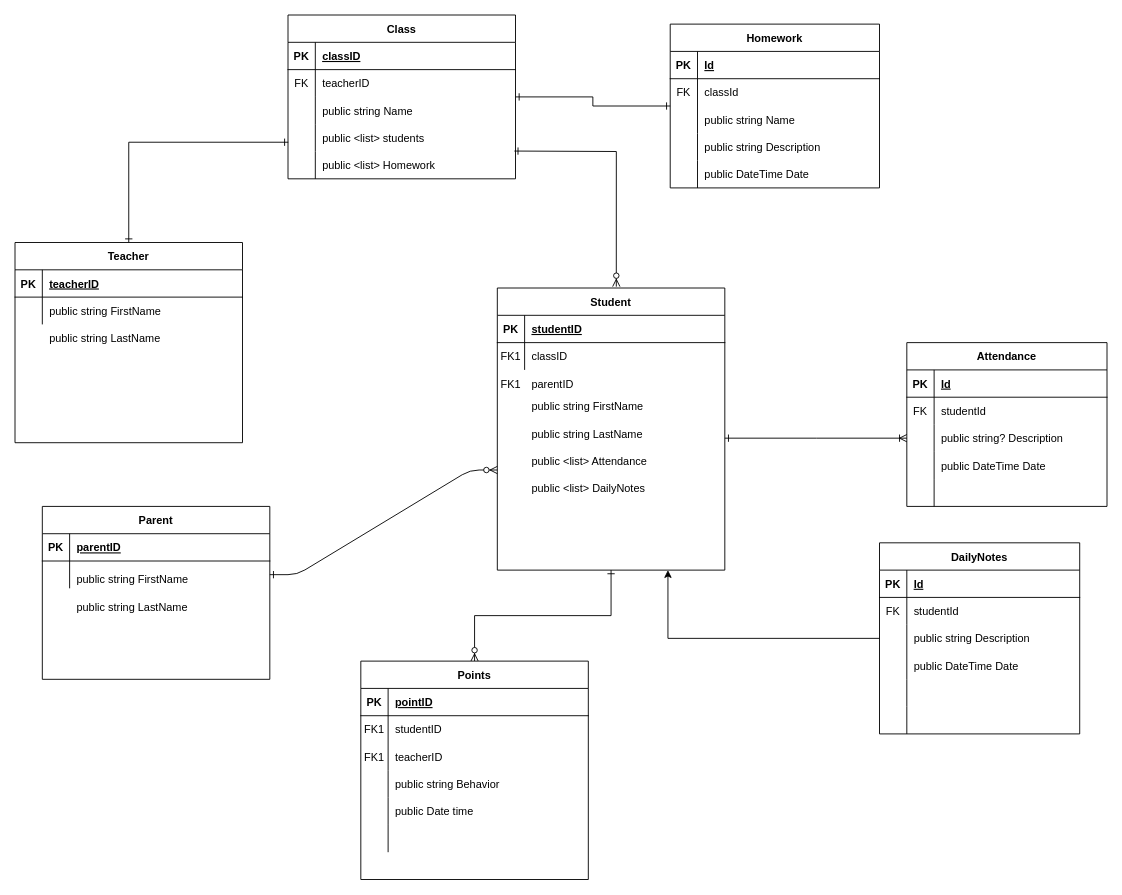
kadirermaya/MyClassroom keeps this draw.io diagram as MyClass Diagram.drawio. Above is the earlier version. Source tidied: cells renumbered, new cells numbered last; positions are measured from the earlier drawing's top-left corner, leaving out a move shared by most shapes. Both pictures are drawn from the tidied source at 91%, with x=0, y=0 at pixel (15, 15).
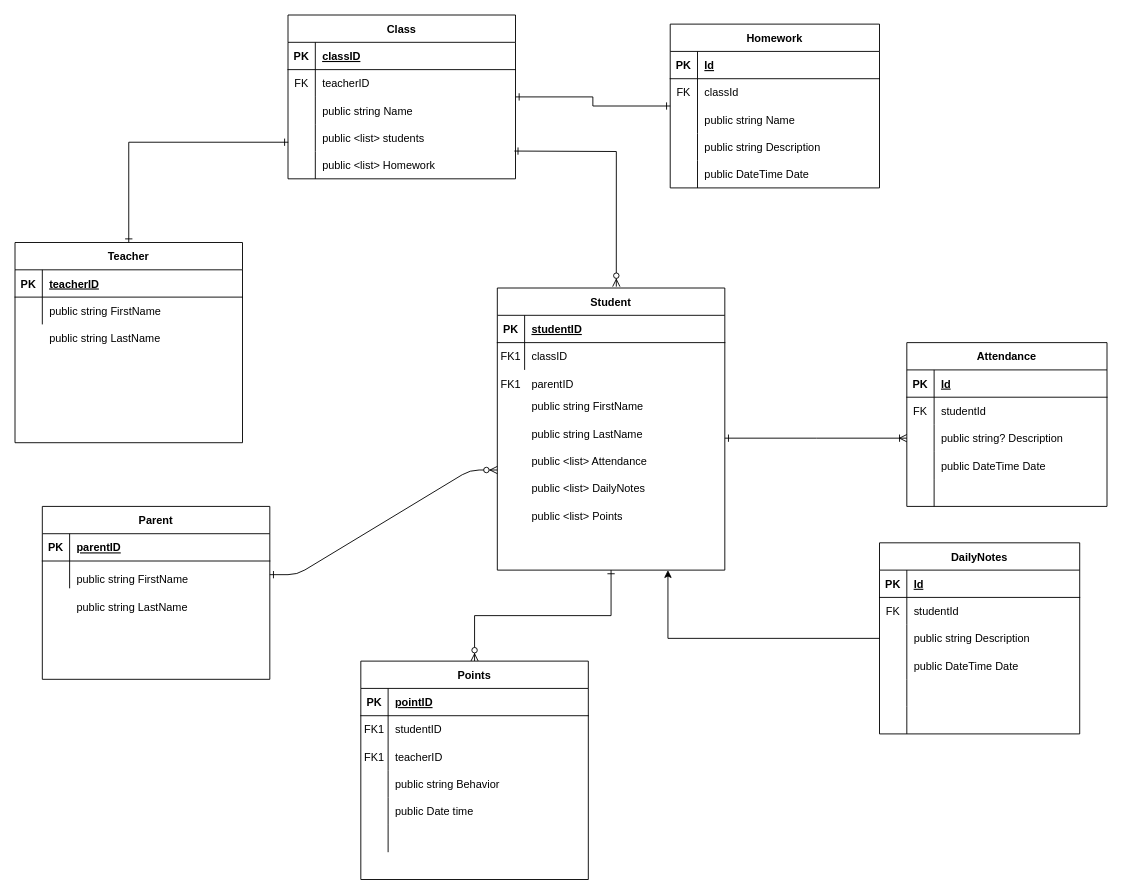
Above is the later version.

What changed in the source:
```diff
@@
+    <mxCell id="129" value="public &lt;list&gt; Points" style="shape=partialRectangle;overflow=hidden;fillColor=none;top=0;left=0;bottom=0;right=0;align=left;spacingLeft=6;" parent="1" vertex="1">
+      <mxGeometry x="560" y="535" width="220" height="30" as="geometry" />
+    </mxCell>
```
